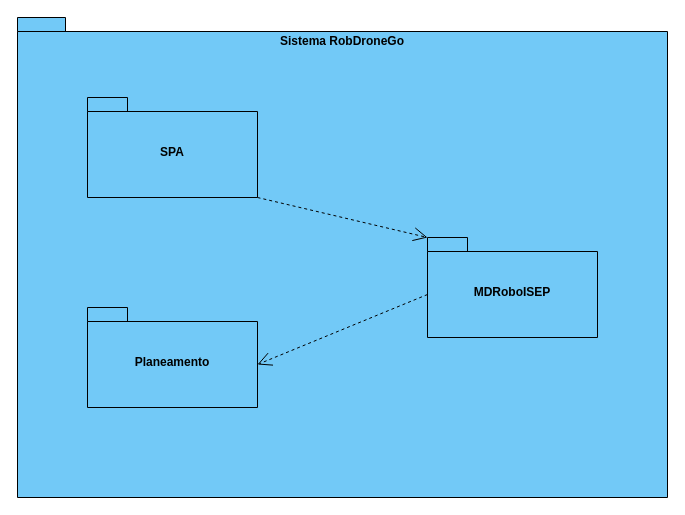
The draw.io diagram docs/Sprint_C/N2/VI.drawio in SEM5PI2324G58/sem5pi_g58_23_24, before the edit. Source tidied: cells renumbered, new cells numbered last; positions are measured from the earlier drawing's top-left corner, leaving out a move shared by most shapes. Both pictures are drawn from the tidied source at 100%, with x=0, y=0 at pixel (17, 17).
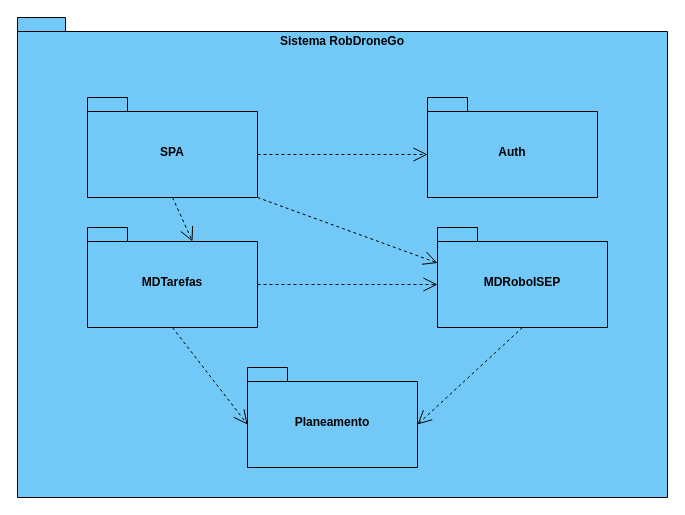
The same page after the edit.

What changed in the source:
```diff
@@
 <mxGraphModel>
   <root>
     <mxCell id="0" />
     <mxCell id="1" parent="0" />
     <mxCell id="2" value="Sistema RobDroneGo" style="shape=folder;fontStyle=1;spacingTop=10;tabWidth=40;tabHeight=14;tabPosition=left;html=1;whiteSpace=wrap;horizontal=1;verticalAlign=top;fillColor=#72c9f7;" parent="1" vertex="1">
       <mxGeometry width="650" height="480" as="geometry" />
     </mxCell>
     <mxCell id="3" value="MDRoboISEP" style="shape=folder;fontStyle=1;spacingTop=10;tabWidth=40;tabHeight=14;tabPosition=left;html=1;whiteSpace=wrap;fillColor=#72c9f7;" parent="1" vertex="1">
-      <mxGeometry x="410" y="220" width="170" height="100" as="geometry" />
+      <mxGeometry x="420" y="210" width="170" height="100" as="geometry" />
     </mxCell>
     <mxCell id="4" value="SPA" style="shape=folder;fontStyle=1;spacingTop=10;tabWidth=40;tabHeight=14;tabPosition=left;html=1;whiteSpace=wrap;fillColor=#72c9f7;" parent="1" vertex="1">
       <mxGeometry x="70" y="80" width="170" height="100" as="geometry" />
     </mxCell>
     <mxCell id="5" value="Planeamento" style="shape=folder;fontStyle=1;spacingTop=10;tabWidth=40;tabHeight=14;tabPosition=left;html=1;whiteSpace=wrap;fillColor=#72c9f7;" parent="1" vertex="1">
-      <mxGeometry x="70" y="290" width="170" height="100" as="geometry" />
+      <mxGeometry x="230" y="350" width="170" height="100" as="geometry" />
     </mxCell>
-    <mxCell id="6" style="endArrow=open;endSize=12;dashed=1;html=1;rounded=0;exitX=0;exitY=0;exitDx=170;exitDy=100;exitPerimeter=0;entryX=0;entryY=0;entryDx=0;entryDy=0;entryPerimeter=0;" parent="1" edge="1" source="4" target="3">
+    <mxCell id="6" style="endArrow=open;endSize=12;dashed=1;html=1;rounded=0;exitX=0.5;exitY=1;exitDx=0;exitDy=0;exitPerimeter=0;entryX=0;entryY=0;entryDx=105;entryDy=14;entryPerimeter=0;" parent="1" edge="1" source="4" target="9">
       <mxGeometry relative="1" as="geometry" />
     </mxCell>
-    <mxCell id="7" style="endArrow=open;endSize=12;dashed=1;html=1;rounded=0;entryX=0;entryY=0;entryDx=170;entryDy=57;entryPerimeter=0;exitX=0;exitY=0;exitDx=0;exitDy=57;exitPerimeter=0;" parent="1" edge="1" source="3" target="5">
+    <mxCell id="7" style="endArrow=open;endSize=12;dashed=1;html=1;rounded=0;entryX=0;entryY=0;entryDx=170;entryDy=57;entryPerimeter=0;exitX=0.5;exitY=1;exitDx=0;exitDy=0;exitPerimeter=0;" parent="1" edge="1" source="3" target="5">
       <mxGeometry relative="1" as="geometry" />
     </mxCell>
+    <mxCell id="8" value="Auth" style="shape=folder;fontStyle=1;spacingTop=10;tabWidth=40;tabHeight=14;tabPosition=left;html=1;whiteSpace=wrap;fillColor=#72c9f7;" parent="1" vertex="1">
+      <mxGeometry x="410" y="80" width="170" height="100" as="geometry" />
+    </mxCell>
+    <mxCell id="9" value="MDTarefas" style="shape=folder;fontStyle=1;spacingTop=10;tabWidth=40;tabHeight=14;tabPosition=left;html=1;whiteSpace=wrap;fillColor=#72c9f7;" parent="1" vertex="1">
+      <mxGeometry x="70" y="210" width="170" height="100" as="geometry" />
+    </mxCell>
+    <mxCell id="10" style="endArrow=open;endSize=12;dashed=1;html=1;rounded=0;exitX=0;exitY=0;exitDx=170;exitDy=57;exitPerimeter=0;entryX=0;entryY=0;entryDx=0;entryDy=57;entryPerimeter=0;" parent="1" edge="1" source="4" target="8">
+      <mxGeometry relative="1" as="geometry" />
+    </mxCell>
+    <mxCell id="11" style="endArrow=open;endSize=12;dashed=1;html=1;rounded=0;exitX=0;exitY=0;exitDx=170;exitDy=57;exitPerimeter=0;entryX=0;entryY=0;entryDx=0;entryDy=57;entryPerimeter=0;" parent="1" edge="1" source="9" target="3">
+      <mxGeometry relative="1" as="geometry" />
+    </mxCell>
+    <mxCell id="12" style="endArrow=open;endSize=12;dashed=1;html=1;rounded=0;exitX=0.5;exitY=1;exitDx=0;exitDy=0;exitPerimeter=0;entryX=0;entryY=0;entryDx=0;entryDy=57;entryPerimeter=0;" parent="1" edge="1" source="9" target="5">
+      <mxGeometry relative="1" as="geometry" />
+    </mxCell>
+    <mxCell id="13" style="endArrow=open;endSize=12;dashed=1;html=1;rounded=0;exitX=0;exitY=0;exitDx=170;exitDy=100;exitPerimeter=0;entryX=0;entryY=0;entryDx=0;entryDy=35.5;entryPerimeter=0;" parent="1" edge="1" source="4" target="3">
+      <mxGeometry relative="1" as="geometry" />
+    </mxCell>
   </root>
 </mxGraphModel>
```
